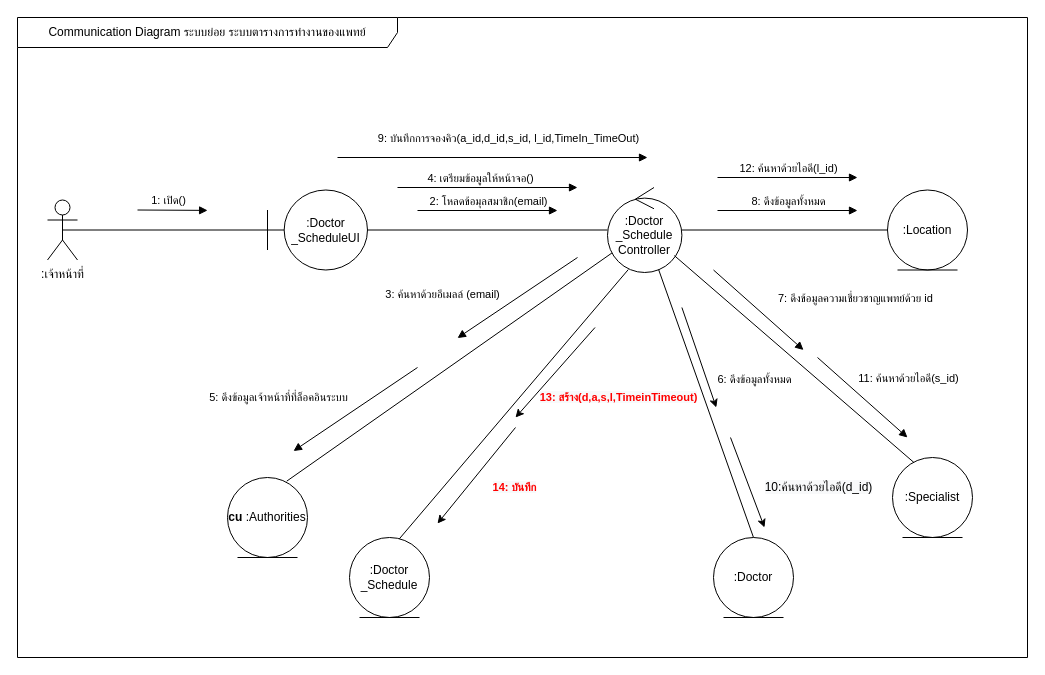
Before: page "communication" (9 of 10) of ระบบนัดหมาย.drawio in nunpromporn/DoctorSchedule, a draw.io diagram. Source tidied: cells renumbered, new cells numbered last; positions are measured from the earlier drawing's top-left corner, leaving out a move shared by most shapes. Both pictures are drawn from the tidied source at 100%, with x=0, y=0 at pixel (17, 17).
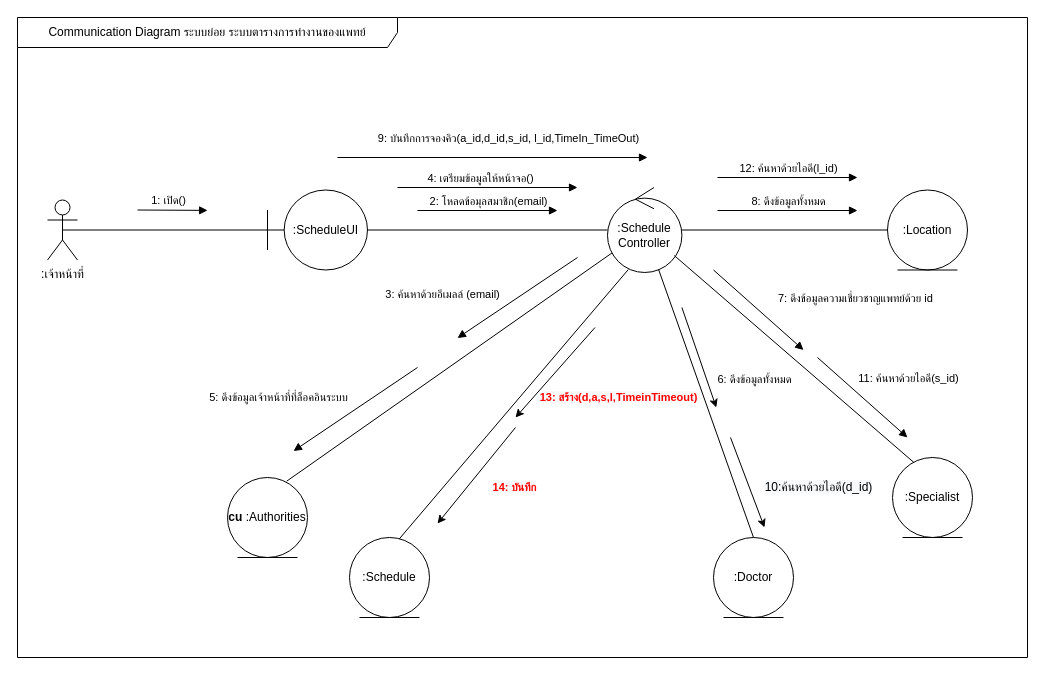
After the change.

Diff of the diagram source:
```diff
@@
-    <mxCell id="4" value=":Doctor&lt;br&gt;_ScheduleUI" style="shape=umlBoundary;whiteSpace=wrap;html=1;" parent="1" vertex="1">
+    <mxCell id="4" value=":ScheduleUI" style="shape=umlBoundary;whiteSpace=wrap;html=1;" parent="1" vertex="1">
       <mxGeometry x="250" y="172.5" width="100" height="80" as="geometry" />
     </mxCell>
@@
-    <mxCell id="7" value=":Doctor&lt;br&gt;_Schedule&lt;br&gt;Controller" style="ellipse;shape=umlControl;whiteSpace=wrap;html=1;" parent="1" vertex="1">
+    <mxCell id="7" value=":Schedule&lt;br&gt;Controller" style="ellipse;shape=umlControl;whiteSpace=wrap;html=1;" parent="1" vertex="1">
       <mxGeometry x="590" y="170" width="74.4" height="85" as="geometry" />
     </mxCell>
@@
-    <mxCell id="40" value=":Doctor&lt;br&gt;_Schedule" style="ellipse;shape=umlEntity;whiteSpace=wrap;html=1;" parent="1" vertex="1">
+    <mxCell id="40" value=":Schedule" style="ellipse;shape=umlEntity;whiteSpace=wrap;html=1;" parent="1" vertex="1">
       <mxGeometry x="332" y="520" width="80" height="80" as="geometry" />
     </mxCell>
```
